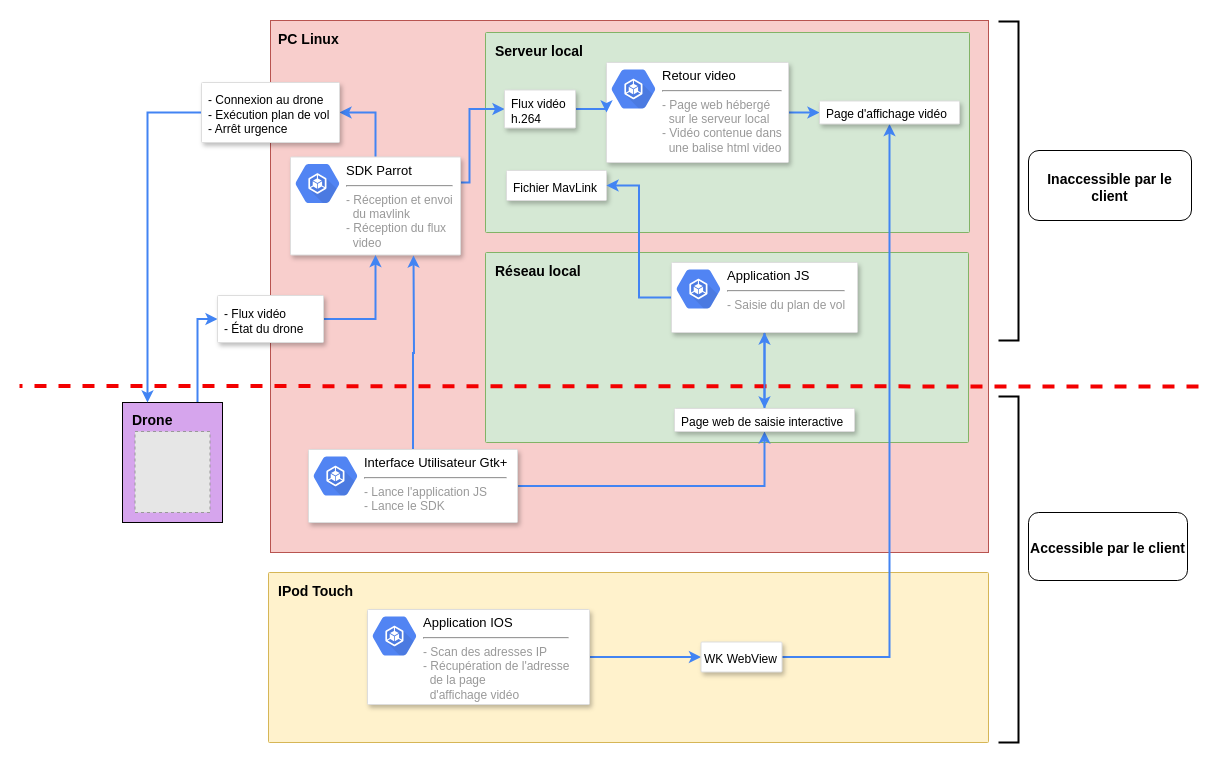
The draw.io diagram Architecture_logicielle_v2.drawio in FabienMnsn/3i013-Bebop2, before the edit. Source tidied: cells renumbered, new cells numbered last; positions are measured from the earlier drawing's top-left corner, leaving out a move shared by most shapes. Both pictures are drawn from the tidied source at 100%, with x=0, y=0 at pixel (19, 20). Pictures stored in the file or linked from it are replaced by grey dashed boxes.
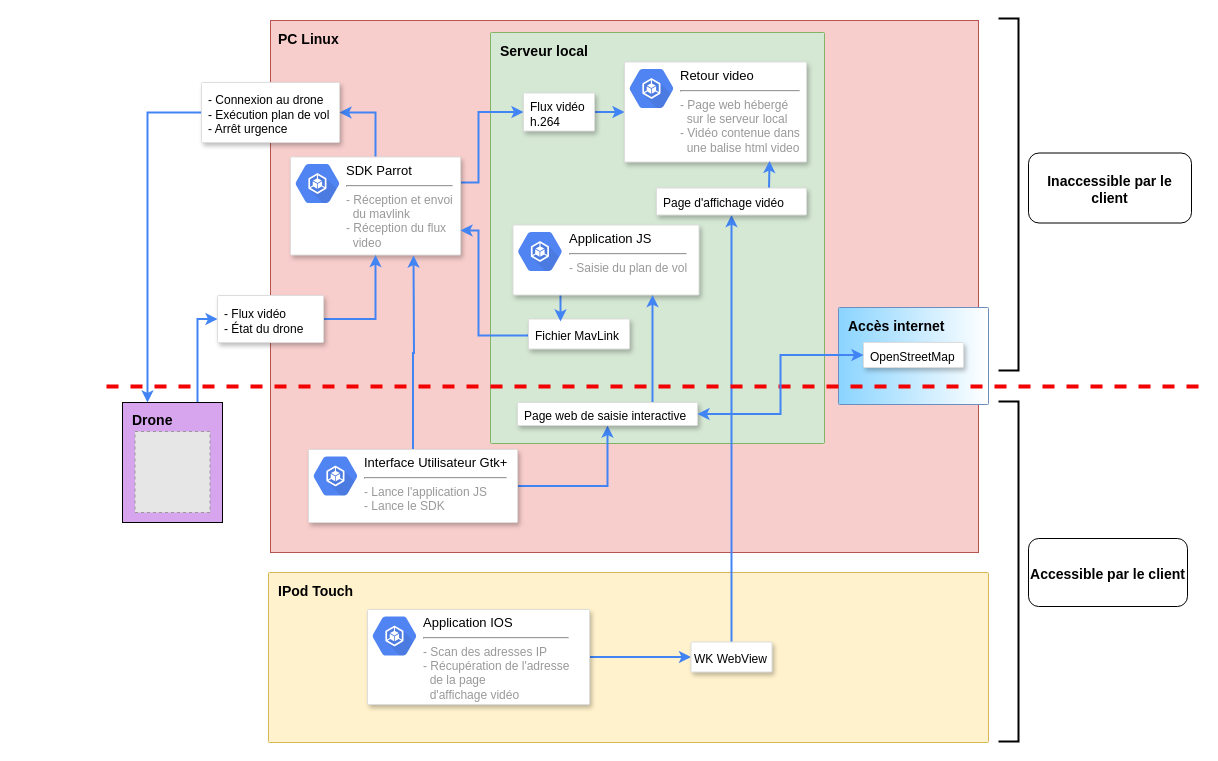
The same page after the edit.

Commit message (it also covers changes not shown here):
adding last maj architecture logicielle

Unchanged cells that the change refers to:
```xml
<mxCell id="8" style="strokeColor=#dddddd;fillColor=#ffffff;shadow=1;strokeWidth=1;rounded=1;absoluteArcSize=1;arcSize=2;fontSize=10;fontColor=#000000;align=center;html=1;" parent="1" vertex="1">
  <mxGeometry x="271" y="136.5" width="170" height="98" as="geometry" />
</mxCell>
```

Diff of the diagram source:
```diff
@@
     <mxCell id="2" value="&lt;div align=&quot;left&quot;&gt;&lt;b&gt;PC Linux&lt;/b&gt;&lt;br&gt;&lt;/div&gt;" style="fillColor=#f8cecc;strokeColor=#b85450;shadow=0;fontSize=14;align=left;spacing=10;9E9E9E;verticalAlign=top;spacingTop=-4;fontStyle=0;spacingLeft=-2;html=1;" parent="1" vertex="1">
-      <mxGeometry x="251" width="718" height="532" as="geometry" />
+      <mxGeometry x="251" width="708" height="532" as="geometry" />
     </mxCell>
-    <mxCell id="3" value="Réseau local" style="rounded=1;absoluteArcSize=1;arcSize=2;html=1;strokeColor=#82b366;shadow=0;dashed=0;fontSize=14;align=left;verticalAlign=top;spacing=10;spacingTop=-4;fillColor=#d5e8d4;fontStyle=1;" parent="1" vertex="1">
-      <mxGeometry x="466" y="232" width="483" height="190" as="geometry" />
-    </mxCell>
     <mxCell id="4" value="&lt;font style=&quot;font-size: 14px&quot;&gt;&lt;b&gt;Serveur local&lt;/b&gt;&lt;/font&gt;" style="rounded=1;absoluteArcSize=1;arcSize=2;html=1;strokeColor=#82b366;shadow=0;dashed=0;fontSize=12;align=left;verticalAlign=top;spacing=10;spacingTop=-4;fillColor=#d5e8d4;" parent="1" vertex="1">
-      <mxGeometry x="466" y="12" width="484" height="200" as="geometry" />
+      <mxGeometry x="471" y="12" width="334" height="411" as="geometry" />
     </mxCell>
@@
     <mxCell id="7" style="edgeStyle=orthogonalEdgeStyle;rounded=0;jettySize=auto;html=1;exitX=1;exitY=0.25;exitDx=0;exitDy=0;entryX=0;entryY=0.5;entryDx=0;entryDy=0;strokeColor=#4284F3;strokeWidth=2;fontSize=14;" parent="1" edge="1" source="8" target="23">
       <mxGeometry relative="1" as="geometry">
         <Array as="points">
-          <mxPoint x="450" y="162" />
-          <mxPoint x="450" y="89" />
+          <mxPoint x="441" y="162" />
+          <mxPoint x="459" y="162" />
+          <mxPoint x="459" y="92" />
         </Array>
       </mxGeometry>
     </mxCell>
@@
+    <mxCell id="44" style="edgeStyle=orthogonalEdgeStyle;rounded=0;jettySize=auto;html=1;exitX=0;exitY=0.5;exitDx=0;exitDy=0;entryX=1;entryY=0.75;entryDx=0;entryDy=0;strokeColor=#4284F3;strokeWidth=2;" parent="1" edge="1" source="10" target="8">
+      <mxGeometry relative="1" as="geometry">
+        <Array as="points">
+          <mxPoint x="459" y="315" />
+          <mxPoint x="459" y="210" />
+        </Array>
+      </mxGeometry>
+    </mxCell>
     <mxCell id="10" value="&lt;div style=&quot;font-size: 12px;&quot;&gt;&lt;font style=&quot;font-size: 12px;&quot;&gt;Fichier MavLink&lt;/font&gt;&lt;/div&gt;" style="strokeColor=#dddddd;fillColor=#ffffff;shadow=1;strokeWidth=1;rounded=1;absoluteArcSize=1;arcSize=2;fontSize=12;fontColor=#000000;align=left;html=1;whiteSpace=wrap;spacingTop=5;spacingLeft=5;" parent="1" vertex="1">
-      <mxGeometry x="487" y="150" width="100" height="30" as="geometry" />
+      <mxGeometry x="509" y="298.5" width="101" height="30" as="geometry" />
     </mxCell>
-    <mxCell id="11" style="edgeStyle=orthogonalEdgeStyle;rounded=0;jettySize=auto;html=1;entryX=0.5;entryY=0;entryDx=0;entryDy=0;strokeColor=#4284F3;strokeWidth=2;" parent="1" edge="1" source="13" target="43">
-      <mxGeometry relative="1" as="geometry" />
-    </mxCell>
-    <mxCell id="12" style="edgeStyle=orthogonalEdgeStyle;rounded=0;jettySize=auto;html=1;exitX=0;exitY=0.5;exitDx=0;exitDy=0;entryX=1;entryY=0.5;entryDx=0;entryDy=0;strokeColor=#4284F3;strokeWidth=2;" parent="1" edge="1" source="13" target="10">
+    <mxCell id="12" style="edgeStyle=orthogonalEdgeStyle;rounded=0;jettySize=auto;html=1;exitX=0.25;exitY=1;exitDx=0;exitDy=0;entryX=0.317;entryY=0.083;entryDx=0;entryDy=0;entryPerimeter=0;strokeColor=#4284F3;strokeWidth=2;" parent="1" edge="1" source="13" target="10">
       <mxGeometry relative="1" as="geometry" />
     </mxCell>
     <mxCell id="13" style="strokeColor=#dddddd;fillColor=#ffffff;shadow=1;strokeWidth=1;rounded=1;absoluteArcSize=1;arcSize=2;fontSize=10;fontColor=#000000;align=center;html=1;spacingTop=0;" parent="1" vertex="1">
-      <mxGeometry x="652" y="242" width="186" height="70" as="geometry" />
+      <mxGeometry x="493.5" y="204.5" width="186" height="70" as="geometry" />
     </mxCell>
@@
-    <mxCell id="15" style="edgeStyle=orthogonalEdgeStyle;rounded=0;jettySize=auto;html=1;exitX=1;exitY=0.5;exitDx=0;exitDy=0;entryX=0;entryY=0.5;entryDx=0;entryDy=0;strokeColor=#4284F3;strokeWidth=2;fontSize=14;" parent="1" edge="1" source="16" target="32">
-      <mxGeometry relative="1" as="geometry" />
-    </mxCell>
     <mxCell id="16" style="strokeColor=#dddddd;fillColor=#ffffff;shadow=1;strokeWidth=1;rounded=1;absoluteArcSize=1;arcSize=2;fontSize=10;fontColor=#000000;align=center;html=1;" parent="1" vertex="1">
-      <mxGeometry x="587" y="42" width="182" height="100" as="geometry" />
+      <mxGeometry x="605" y="41.5" width="182" height="100" as="geometry" />
     </mxCell>
@@
-    <mxCell id="18" style="edgeStyle=orthogonalEdgeStyle;rounded=0;jettySize=auto;html=1;entryX=0.5;entryY=1;entryDx=0;entryDy=0;strokeColor=#4284F3;strokeWidth=2;fontSize=12;exitX=1;exitY=0.5;exitDx=0;exitDy=0;" parent="1" edge="1" source="38" target="32">
+    <mxCell id="18" style="edgeStyle=orthogonalEdgeStyle;rounded=0;jettySize=auto;html=1;strokeColor=#4284F3;strokeWidth=2;fontSize=12;entryX=0.5;entryY=1;entryDx=0;entryDy=0;exitX=0.5;exitY=0;exitDx=0;exitDy=0;" parent="1" edge="1" source="38" target="32">
       <mxGeometry relative="1" as="geometry" />
     </mxCell>
@@
-    <mxCell id="22" style="edgeStyle=orthogonalEdgeStyle;rounded=0;jettySize=auto;html=1;exitX=1;exitY=0.5;exitDx=0;exitDy=0;entryX=0;entryY=0.5;entryDx=0;entryDy=0;labelBackgroundColor=none;strokeColor=#4284F3;strokeWidth=2;fontSize=12;" parent="1" edge="1" source="23" target="16">
+    <mxCell id="22" style="edgeStyle=orthogonalEdgeStyle;rounded=0;jettySize=auto;html=1;exitX=1;exitY=0.5;exitDx=0;exitDy=0;entryX=0;entryY=0.5;entryDx=0;entryDy=0;strokeColor=#4284F3;strokeWidth=2;" parent="1" edge="1" source="23" target="16">
       <mxGeometry relative="1" as="geometry" />
     </mxCell>
     <mxCell id="23" value="&lt;div style=&quot;font-size: 12px&quot;&gt;&lt;font style=&quot;font-size: 12px&quot;&gt;Flux vidéo&lt;/font&gt;&lt;/div&gt;&lt;div style=&quot;font-size: 12px&quot;&gt;&lt;font style=&quot;font-size: 12px&quot;&gt;h.264&lt;br&gt;&lt;/font&gt;&lt;/div&gt;" style="strokeColor=#dddddd;fillColor=#ffffff;shadow=1;strokeWidth=1;rounded=1;absoluteArcSize=1;arcSize=2;fontSize=10;fontColor=#000000;align=left;html=1;whiteSpace=wrap;spacingTop=4;spacingLeft=5;" parent="1" vertex="1">
-      <mxGeometry x="485" y="69.5" width="71" height="38" as="geometry" />
+      <mxGeometry x="504" y="72.5" width="71" height="38" as="geometry" />
     </mxCell>
@@
-    <mxCell id="27" style="endArrow=none;dashed=1;html=1;strokeColor=#F30000;strokeWidth=4;fontSize=14;" parent="1" edge="1">
-      <mxGeometry relative="1" as="geometry">
-        <mxPoint x="1179" y="366" as="sourcePoint" />
-        <mxPoint y="365.5" as="targetPoint" />
-      </mxGeometry>
-    </mxCell>
@@
+    <mxCell id="45" style="edgeStyle=orthogonalEdgeStyle;rounded=0;jettySize=auto;html=1;exitX=0.75;exitY=0;exitDx=0;exitDy=0;entryX=0.797;entryY=0.99;entryDx=0;entryDy=0;entryPerimeter=0;strokeColor=#4284F3;strokeWidth=2;" parent="1" edge="1" source="32" target="16">
+      <mxGeometry relative="1" as="geometry" />
+    </mxCell>
     <mxCell id="32" value="Page d'affichage vidéo" style="strokeColor=#dddddd;fillColor=#ffffff;shadow=1;strokeWidth=1;rounded=1;absoluteArcSize=1;arcSize=2;fontSize=12;fontColor=#000000;align=left;html=1;whiteSpace=wrap;spacingTop=4;spacingLeft=5;" parent="1" vertex="1">
-      <mxGeometry x="800" y="80.5" width="140" height="23" as="geometry" />
+      <mxGeometry x="637" y="167.5" width="150" height="27" as="geometry" />
     </mxCell>
@@
     <mxCell id="37" style="strokeWidth=2;html=1;shape=mxgraph.flowchart.annotation_1;align=left;fillColor=#D6A5ED;gradientColor=none;fontSize=14;rotation=180;" parent="1" vertex="1">
-      <mxGeometry x="979" y="1" width="20" height="319" as="geometry" />
+      <mxGeometry x="979" y="-2" width="20" height="352" as="geometry" />
     </mxCell>
     <mxCell id="38" value="WK WebView" style="strokeColor=#dddddd;fillColor=#ffffff;shadow=1;strokeWidth=1;rounded=1;absoluteArcSize=1;arcSize=2;fontSize=12;fontColor=#000000;align=left;html=1;whiteSpace=wrap;spacingTop=5;spacingLeft=1;" parent="1" vertex="1">
-      <mxGeometry x="681.5" y="621.5" width="81" height="30" as="geometry" />
+      <mxGeometry x="671.5" y="621.5" width="81" height="30" as="geometry" />
     </mxCell>
     <mxCell id="39" style="strokeWidth=2;html=1;shape=mxgraph.flowchart.annotation_1;align=left;fillColor=#D6A5ED;gradientColor=none;fontSize=14;rotation=180;" parent="1" vertex="1">
-      <mxGeometry x="979" y="376" width="20" height="346" as="geometry" />
+      <mxGeometry x="979" y="381" width="20" height="340" as="geometry" />
     </mxCell>
     <mxCell id="40" value="&lt;b&gt;Inaccessible par le client&lt;/b&gt;" style="rounded=1;whiteSpace=wrap;html=1;strokeWidth=1;fontSize=14;align=center;spacingTop=3;" parent="1" vertex="1">
-      <mxGeometry x="1009" y="130" width="163" height="70" as="geometry" />
+      <mxGeometry x="1009" y="132.5" width="163" height="70" as="geometry" />
     </mxCell>
     <mxCell id="41" value="&lt;b&gt;Accessible par le client&lt;/b&gt;" style="rounded=1;whiteSpace=wrap;html=1;strokeWidth=1;fontSize=14;align=center;spacingTop=3;" parent="1" vertex="1">
-      <mxGeometry x="1009" y="492" width="159" height="68" as="geometry" />
+      <mxGeometry x="1009" y="518" width="159" height="68" as="geometry" />
     </mxCell>
-    <mxCell id="42" style="edgeStyle=orthogonalEdgeStyle;rounded=0;jettySize=auto;html=1;exitX=0.5;exitY=0;exitDx=0;exitDy=0;entryX=0.5;entryY=1;entryDx=0;entryDy=0;strokeColor=#4284F3;strokeWidth=2;" parent="1" edge="1" source="43" target="13">
+    <mxCell id="42" style="edgeStyle=orthogonalEdgeStyle;rounded=0;jettySize=auto;html=1;exitX=0.75;exitY=0;exitDx=0;exitDy=0;entryX=0.75;entryY=1;entryDx=0;entryDy=0;strokeColor=#4284F3;strokeWidth=2;" parent="1" edge="1" source="43" target="13">
       <mxGeometry relative="1" as="geometry" />
     </mxCell>
     <mxCell id="43" value="Page web de saisie interactive" style="strokeColor=#dddddd;fillColor=#ffffff;shadow=1;strokeWidth=1;rounded=1;absoluteArcSize=1;arcSize=2;fontSize=12;fontColor=#000000;align=left;html=1;whiteSpace=wrap;spacingTop=4;spacingLeft=5;" parent="1" vertex="1">
-      <mxGeometry x="655" y="388" width="180" height="23" as="geometry" />
+      <mxGeometry x="498" y="382" width="180" height="23" as="geometry" />
     </mxCell>
+    <mxCell id="3" value="Accès internet" style="rounded=1;absoluteArcSize=1;arcSize=2;html=1;strokeColor=#6c8ebf;shadow=0;dashed=0;fontSize=14;align=left;verticalAlign=top;spacing=10;spacingTop=-4;fillColor=#8AD4FF;fontStyle=1;comic=0;gradientDirection=east;gradientColor=#ffffff;" parent="1" vertex="1">
+      <mxGeometry x="819" y="287" width="150" height="97" as="geometry" />
+    </mxCell>
+    <mxCell id="27" style="endArrow=none;dashed=1;html=1;strokeColor=#F30000;strokeWidth=4;fontSize=14;" parent="1" edge="1">
+      <mxGeometry relative="1" as="geometry">
+        <mxPoint x="1179" y="366" as="sourcePoint" />
+        <mxPoint x="79" y="366" as="targetPoint" />
+      </mxGeometry>
+    </mxCell>
+    <mxCell id="46" value="OpenStreetMap" style="strokeColor=#dddddd;fillColor=#ffffff;shadow=1;strokeWidth=1;rounded=1;absoluteArcSize=1;arcSize=2;fontSize=12;fontColor=#000000;align=left;html=1;whiteSpace=wrap;spacingTop=5;spacingLeft=5;" parent="1" vertex="1">
+      <mxGeometry x="844" y="322" width="100" height="25" as="geometry" />
+    </mxCell>
+    <mxCell id="47" style="rounded=0;jettySize=auto;html=1;exitX=1;exitY=0.5;exitDx=0;exitDy=0;entryX=0;entryY=0.5;entryDx=0;entryDy=0;strokeColor=#4284F3;strokeWidth=2;edgeStyle=orthogonalEdgeStyle;startArrow=classic;startFill=1;" parent="1" edge="1" source="43" target="46">
+      <mxGeometry relative="1" as="geometry" />
+    </mxCell>
```
